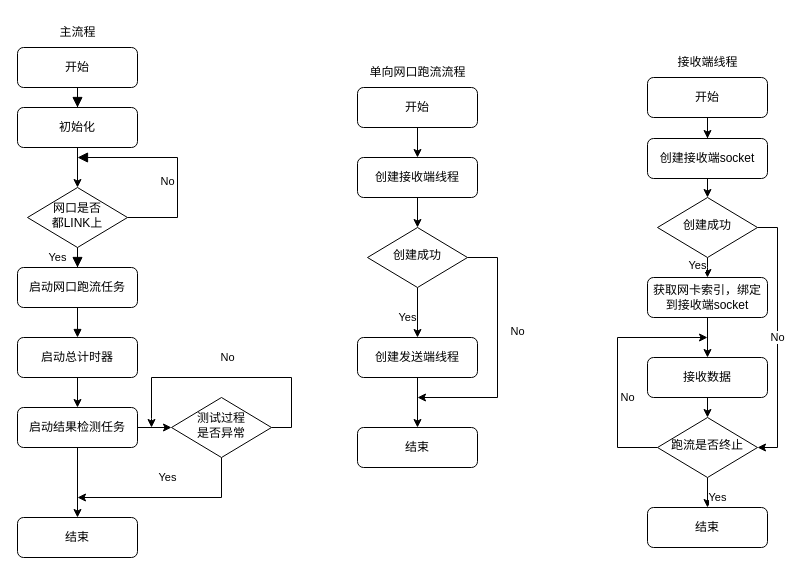
The draw.io diagram a300.drawio in waterwatermelon/graph, before the edit. Source tidied: cells renumbered, new cells numbered last; positions are measured from the earlier drawing's top-left corner, leaving out a move shared by most shapes. Both pictures are drawn from the tidied source at 100%, with x=0, y=0 at pixel (17, 17).
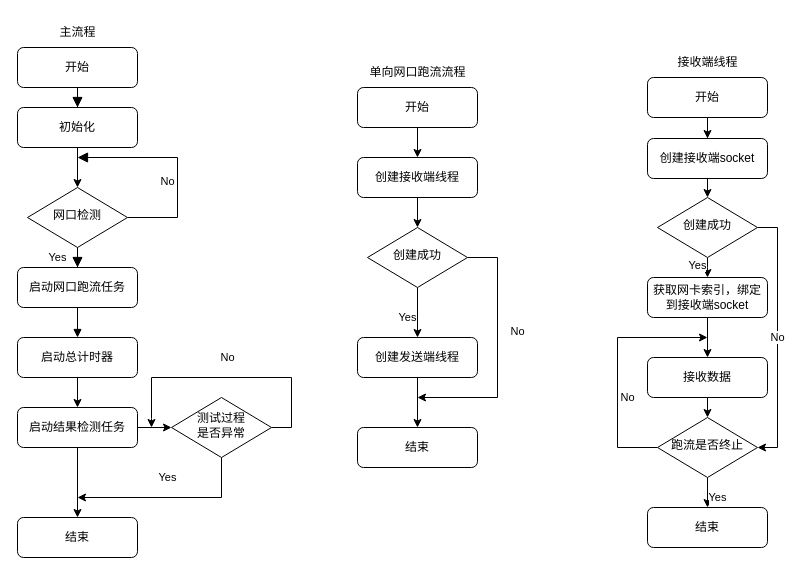
After the change.

Diff of the diagram source:
```diff
@@
-    <mxCell id="6" value="网口是否&lt;br&gt;都LINK上" style="rhombus;whiteSpace=wrap;html=1;shadow=0;fontFamily=Helvetica;fontSize=12;align=center;strokeWidth=1;spacing=6;spacingTop=-4;" parent="1" vertex="1">
+    <mxCell id="6" value="网口检测" style="rhombus;whiteSpace=wrap;html=1;shadow=0;fontFamily=Helvetica;fontSize=12;align=center;strokeWidth=1;spacing=6;spacingTop=-4;" parent="1" vertex="1">
       <mxGeometry x="10" y="170" width="100" height="60" as="geometry" />
     </mxCell>
```
